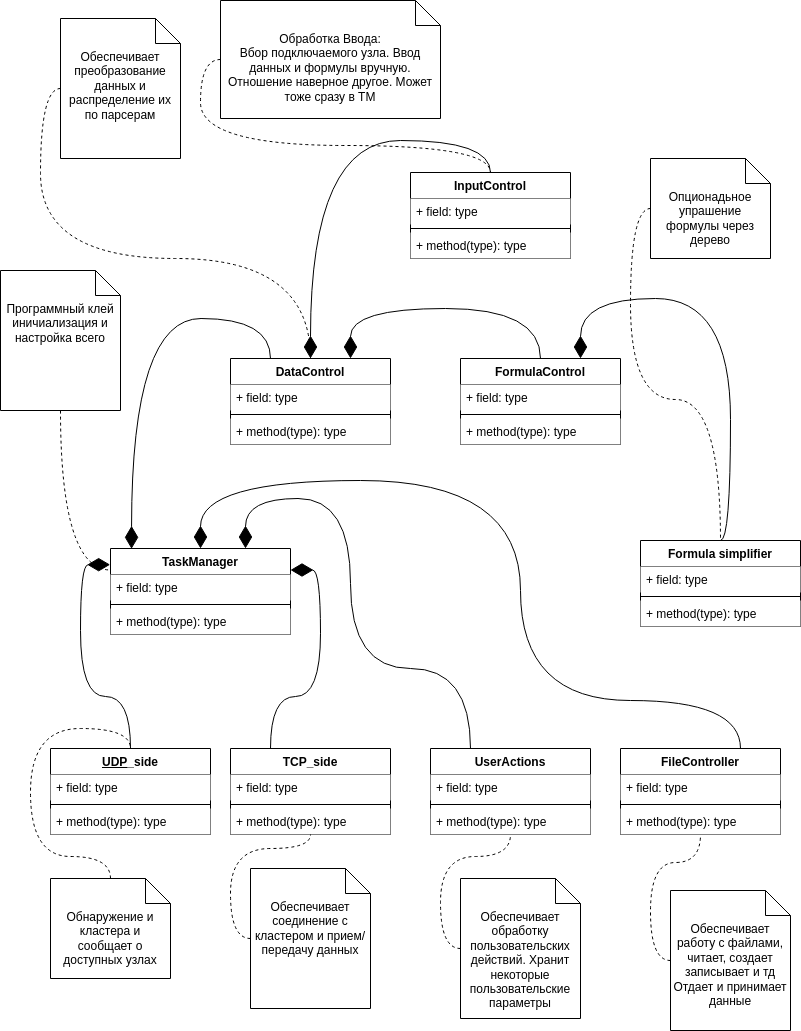
TrueCraftWorld/effective-octo-computing-machine keeps this draw.io diagram as images/TaskManagerTopLevelConnection.drawio.png. Above is the earlier version. Source tidied: cells renumbered, new cells last; positions are measured from the earlier drawing's top-left corner, leaving out a move shared by most shapes.
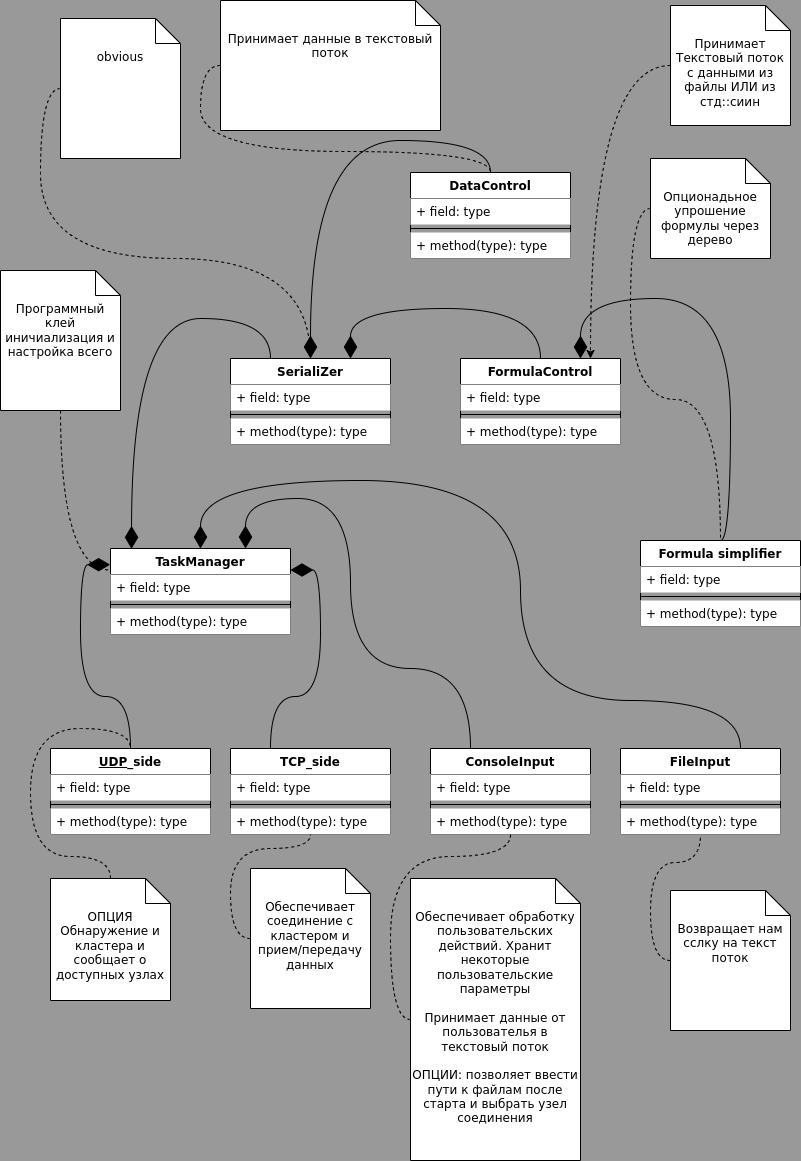
After the change.

Diff of the diagram source:
```diff
@@ -44,7 +44,7 @@
     <mxCell id="15" value="+ method(type): type" style="text;strokeColor=none;fillColor=default;align=left;verticalAlign=top;spacingLeft=4;spacingRight=4;overflow=hidden;whiteSpace=wrap;html=1;" parent="12" vertex="1">
       <mxGeometry y="60" width="160" height="26" as="geometry" />
     </mxCell>
-    <mxCell id="16" value="FileController" style="swimlane;fontStyle=1;align=center;verticalAlign=top;horizontal=1;startSize=26;whiteSpace=wrap;html=1;" parent="1" vertex="1">
+    <mxCell id="16" value="FileInput" style="swimlane;fontStyle=1;align=center;verticalAlign=top;horizontal=1;startSize=26;whiteSpace=wrap;html=1;" parent="1" vertex="1">
       <mxGeometry x="620" y="748" width="160" height="86" as="geometry" />
     </mxCell>
     <mxCell id="17" value="+ field: type" style="text;strokeColor=none;fillColor=default;align=left;verticalAlign=top;spacingLeft=4;spacingRight=4;overflow=hidden;whiteSpace=wrap;html=1;" parent="16" vertex="1">
@@ -59,7 +59,7 @@
     <mxCell id="20" style="edgeStyle=orthogonalEdgeStyle;rounded=0;jettySize=auto;html=1;exitX=0;exitY=0.5;exitDx=0;exitDy=0;exitPerimeter=0;endArrow=none;endFill=0;dashed=1;curved=1;" parent="1" edge="1" source="21" target="16">
       <mxGeometry relative="1" as="geometry" />
     </mxCell>
-    <mxCell id="21" value="&lt;div&gt;Обеспечивает работу с файлами, читает, создает записывает и тд&lt;/div&gt;&lt;div&gt;Отдает и принимает данные&lt;br&gt;&lt;/div&gt;" style="shape=note2;boundedLbl=1;whiteSpace=wrap;html=1;size=25;verticalAlign=top;align=center;" parent="1" vertex="1">
+    <mxCell id="21" value="Возвращает нам сслку на текст поток" style="shape=note2;boundedLbl=1;whiteSpace=wrap;html=1;size=25;verticalAlign=top;align=center;" parent="1" vertex="1">
       <mxGeometry x="670" y="890" width="120" height="140" as="geometry" />
     </mxCell>
     <mxCell id="22" style="edgeStyle=orthogonalEdgeStyle;rounded=0;jettySize=auto;html=1;exitX=0;exitY=0.5;exitDx=0;exitDy=0;exitPerimeter=0;endArrow=none;endFill=0;curved=1;dashed=1;" parent="1" edge="1" source="23" target="3">
@@ -71,10 +71,10 @@
     <mxCell id="24" style="edgeStyle=orthogonalEdgeStyle;rounded=0;jettySize=auto;html=1;exitX=0.5;exitY=0;exitDx=0;exitDy=0;exitPerimeter=0;entryX=0.5;entryY=0;entryDx=0;entryDy=0;dashed=1;endArrow=none;endFill=0;curved=1;" parent="1" edge="1" source="25" target="12">
       <mxGeometry relative="1" as="geometry" />
     </mxCell>
-    <mxCell id="25" value="Обнаружение и кластера и сообщает о доступных узлах" style="shape=note2;boundedLbl=1;whiteSpace=wrap;html=1;size=25;verticalAlign=top;align=center;" parent="1" vertex="1">
-      <mxGeometry x="50" y="878" width="120" height="100" as="geometry" />
+    <mxCell id="25" value="ОПЦИЯ&lt;br&gt;Обнаружение и кластера и сообщает о доступных узлах" style="shape=note2;boundedLbl=1;whiteSpace=wrap;html=1;size=25;verticalAlign=top;align=center;" parent="1" vertex="1">
+      <mxGeometry x="50" y="878" width="120" height="122" as="geometry" />
     </mxCell>
-    <mxCell id="26" value="UserActions" style="swimlane;fontStyle=1;align=center;verticalAlign=top;horizontal=1;startSize=26;whiteSpace=wrap;html=1;" parent="1" vertex="1">
+    <mxCell id="26" value="ConsoleInput" style="swimlane;fontStyle=1;align=center;verticalAlign=top;horizontal=1;startSize=26;whiteSpace=wrap;html=1;" parent="1" vertex="1">
       <mxGeometry x="430" y="748" width="160" height="86" as="geometry" />
     </mxCell>
     <mxCell id="27" value="+ field: type" style="text;strokeColor=none;fillColor=default;align=left;verticalAlign=top;spacingLeft=4;spacingRight=4;overflow=hidden;whiteSpace=wrap;html=1;" parent="26" vertex="1">
@@ -89,8 +89,8 @@
     <mxCell id="30" style="edgeStyle=orthogonalEdgeStyle;rounded=0;jettySize=auto;html=1;exitX=0;exitY=0.5;exitDx=0;exitDy=0;exitPerimeter=0;endArrow=none;endFill=0;dashed=1;curved=1;" parent="1" edge="1" source="31" target="26">
       <mxGeometry relative="1" as="geometry" />
     </mxCell>
-    <mxCell id="31" value="Обеспечивает обработку пользовательских действий. Хранит некоторые пользовательские параметры" style="shape=note2;boundedLbl=1;whiteSpace=wrap;html=1;size=25;verticalAlign=top;align=center;" parent="1" vertex="1">
-      <mxGeometry x="460" y="878" width="120" height="140" as="geometry" />
+    <mxCell id="31" value="Обеспечивает обработку пользовательских действий. Хранит некоторые пользовательские параметры&lt;br&gt;&lt;br&gt;Принимает данные от пользователья в текстовый поток&lt;br style=&quot;border-color: var(--border-color);&quot;&gt;&lt;br style=&quot;border-color: var(--border-color);&quot;&gt;ОПЦИИ: позволяет ввести пути к файлам после старта и выбрать узел соединения" style="shape=note2;boundedLbl=1;whiteSpace=wrap;html=1;size=25;verticalAlign=top;align=center;" parent="1" vertex="1">
+      <mxGeometry x="410" y="878" width="170" height="282" as="geometry" />
     </mxCell>
     <mxCell id="32" style="edgeStyle=orthogonalEdgeStyle;rounded=0;jettySize=auto;html=1;exitX=0.25;exitY=0;exitDx=0;exitDy=0;entryX=0.75;entryY=0;entryDx=0;entryDy=0;endArrow=diamondThin;endFill=1;endSize=20;startSize=20;curved=1;" parent="1" edge="1" source="26" target="7">
       <mxGeometry relative="1" as="geometry">
@@ -112,7 +112,7 @@
         </Array>
       </mxGeometry>
     </mxCell>
-    <mxCell id="34" value="DataControl" style="swimlane;fontStyle=1;align=center;verticalAlign=top;horizontal=1;startSize=26;whiteSpace=wrap;html=1;" parent="1" vertex="1">
+    <mxCell id="34" value="SerialiZer&lt;br&gt;" style="swimlane;fontStyle=1;align=center;verticalAlign=top;horizontal=1;startSize=26;whiteSpace=wrap;html=1;" parent="1" vertex="1">
       <mxGeometry x="230" y="358" width="160" height="86" as="geometry" />
     </mxCell>
     <mxCell id="35" value="+ field: type" style="text;strokeColor=none;fillColor=default;align=left;verticalAlign=top;spacingLeft=4;spacingRight=4;overflow=hidden;whiteSpace=wrap;html=1;" parent="34" vertex="1">
@@ -127,7 +127,7 @@
     <mxCell id="38" style="edgeStyle=orthogonalEdgeStyle;rounded=0;jettySize=auto;html=1;exitX=0;exitY=0.5;exitDx=0;exitDy=0;exitPerimeter=0;endArrow=none;endFill=0;dashed=1;curved=1;" parent="1" edge="1" source="39" target="34">
       <mxGeometry relative="1" as="geometry" />
     </mxCell>
-    <mxCell id="39" value="&lt;div&gt;Обеспечивает преобразование данных и распределение их по парсерам&lt;br&gt;&lt;/div&gt;" style="shape=note2;boundedLbl=1;whiteSpace=wrap;html=1;size=25;verticalAlign=top;align=center;" parent="1" vertex="1">
+    <mxCell id="39" value="&lt;div&gt;obvious&lt;/div&gt;" style="shape=note2;boundedLbl=1;whiteSpace=wrap;html=1;size=25;verticalAlign=top;align=center;" parent="1" vertex="1">
       <mxGeometry x="60" y="18" width="120" height="140" as="geometry" />
     </mxCell>
     <mxCell id="40" style="edgeStyle=orthogonalEdgeStyle;rounded=0;jettySize=auto;html=1;entryX=0.117;entryY=0.004;entryDx=0;entryDy=0;endArrow=diamondThin;endFill=1;endSize=20;startSize=20;exitX=0.25;exitY=0;exitDx=0;exitDy=0;curved=1;entryPerimeter=0;" parent="1" edge="1" source="34" target="7">
@@ -166,7 +166,7 @@
         </Array>
       </mxGeometry>
     </mxCell>
-    <mxCell id="47" value="InputControl" style="swimlane;fontStyle=1;align=center;verticalAlign=top;horizontal=1;startSize=26;whiteSpace=wrap;html=1;" parent="1" vertex="1">
+    <mxCell id="47" value="DataControl" style="swimlane;fontStyle=1;align=center;verticalAlign=top;horizontal=1;startSize=26;whiteSpace=wrap;html=1;" parent="1" vertex="1">
       <mxGeometry x="410" y="172" width="160" height="86" as="geometry" />
     </mxCell>
     <mxCell id="48" value="+ field: type" style="text;strokeColor=none;fillColor=default;align=left;verticalAlign=top;spacingLeft=4;spacingRight=4;overflow=hidden;whiteSpace=wrap;html=1;" parent="47" vertex="1">
@@ -207,14 +207,24 @@
     <mxCell id="58" style="edgeStyle=orthogonalEdgeStyle;rounded=0;jettySize=auto;html=1;exitX=0;exitY=0.5;exitDx=0;exitDy=0;exitPerimeter=0;endArrow=none;endFill=0;dashed=1;curved=1;entryX=0.5;entryY=0;entryDx=0;entryDy=0;" parent="1" edge="1" source="59" target="52">
       <mxGeometry relative="1" as="geometry" />
     </mxCell>
-    <mxCell id="59" value="Опционадьное упрашение формулы через дерево" style="shape=note2;boundedLbl=1;whiteSpace=wrap;html=1;size=25;verticalAlign=top;align=center;" parent="1" vertex="1">
+    <mxCell id="59" value="Опционадьное упрошение формулы через дерево" style="shape=note2;boundedLbl=1;whiteSpace=wrap;html=1;size=25;verticalAlign=top;align=center;" parent="1" vertex="1">
       <mxGeometry x="650" y="158" width="120" height="100" as="geometry" />
     </mxCell>
-    <mxCell id="60" value="Обработка Ввода:&lt;br&gt;Вбор подключаемого узла. Ввод данных и формулы вручную.&lt;br&gt;Отношение наверное другое. Может тоже сразу в TM" style="shape=note2;boundedLbl=1;whiteSpace=wrap;html=1;size=25;verticalAlign=top;align=center;" parent="1" vertex="1">
-      <mxGeometry x="220" width="220" height="118" as="geometry" />
+    <mxCell id="60" value="Принимает данные в текстовый поток&lt;br style=&quot;border-color: var(--border-color);&quot;&gt;" style="shape=note2;boundedLbl=1;whiteSpace=wrap;html=1;size=25;verticalAlign=top;align=center;" parent="1" vertex="1">
+      <mxGeometry x="220" width="220" height="130" as="geometry" />
     </mxCell>
     <mxCell id="61" style="edgeStyle=orthogonalEdgeStyle;rounded=0;jettySize=auto;html=1;exitX=0;exitY=0.5;exitDx=0;exitDy=0;exitPerimeter=0;endArrow=none;endFill=0;dashed=1;curved=1;entryX=0.5;entryY=0;entryDx=0;entryDy=0;" parent="1" edge="1" source="60" target="47">
       <mxGeometry relative="1" as="geometry" />
     </mxCell>
+    <mxCell id="62" style="edgeStyle=orthogonalEdgeStyle;html=1;exitX=0;exitY=0.5;exitDx=0;exitDy=0;exitPerimeter=0;curved=1;dashed=1;" parent="1" edge="1" source="63" target="42">
+      <mxGeometry relative="1" as="geometry">
+        <Array as="points">
+          <mxPoint x="590" y="65" />
+        </Array>
+      </mxGeometry>
+    </mxCell>
+    <mxCell id="63" value="Принимает Текстовый поток с данными из файлы ИЛИ из стд::сиин" style="shape=note2;boundedLbl=1;whiteSpace=wrap;html=1;size=25;verticalAlign=top;align=center;" parent="1" vertex="1">
+      <mxGeometry x="670" y="5" width="120" height="120" as="geometry" />
+    </mxCell>
   </root>
 </mxGraphModel>
```
